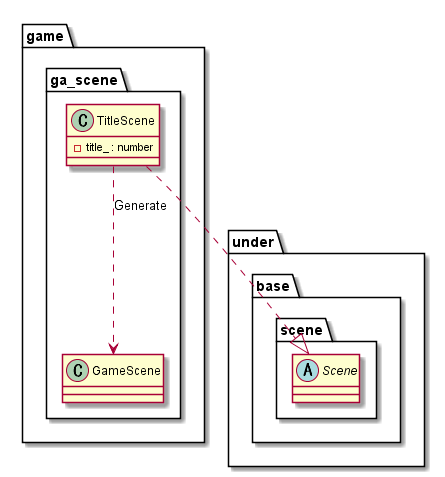
The PlantUML diagram out/uml/scene/Title/SceneTitle.png in Expine/Under, before a commit.
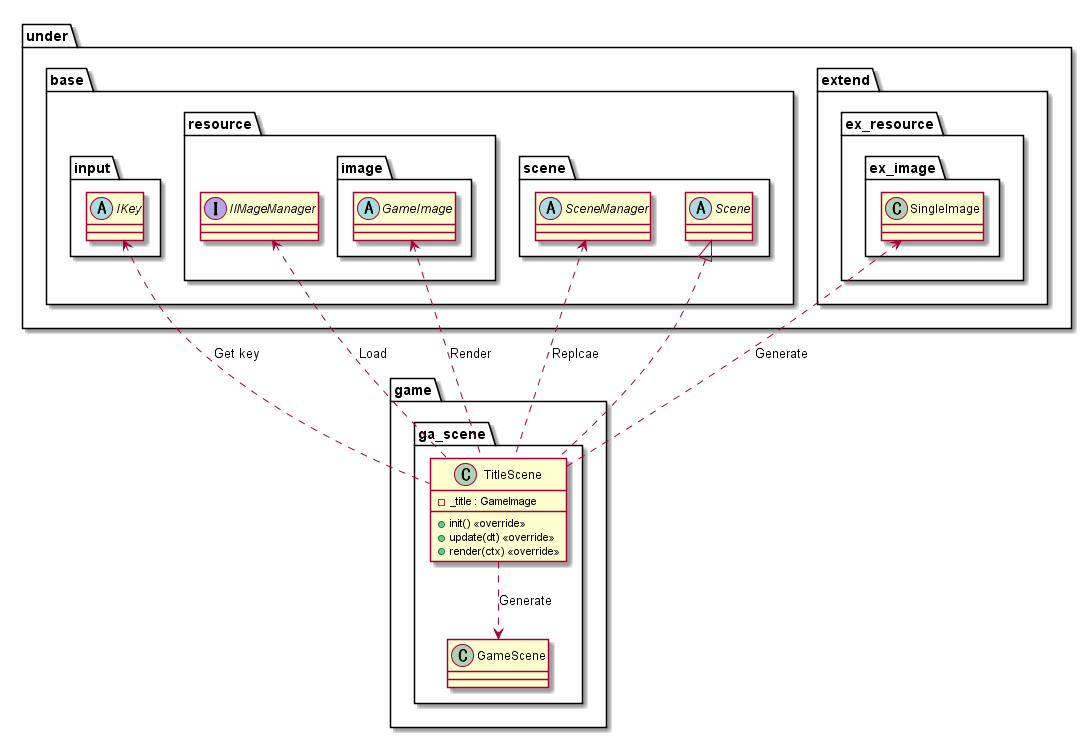
After the commit.

The edit, as a diff of the source:
```diff
@@ -3,15 +3,36 @@
 package game {
     package ga_scene {
         class TitleScene {
-            -title_ : number
+            -_title : GameImage
+            +init() <<override>>
+            +update(dt) <<override>>
+            +render(ctx) <<override>>
         }
     }
 }
 
 package under {
     package base {
+        package input {
+            abstract IKey
+        }
+        package resource {
+            interface IIMageManager
+            package image {
+                abstract GameImage
+            }
+        }
         package scene {
+            abstract SceneManager
             abstract Scene
+        }
+    }
+
+    package extend {
+        package ex_resource {
+            package ex_image {
+                class SingleImage
+            }
         }
     }
 }
@@ -22,8 +43,13 @@
     }
 }
 
+SingleImage <..TitleScene : Generate
+IIMageManager <.. TitleScene : Load
+IKey <.. TitleScene : Get key
+SceneManager <.. TitleScene : Replcae
+GameImage <.. TitleScene : Render
 TitleScene ..> GameScene : Generate
 
-TitleScene ..|> Scene
+Scene <|.. TitleScene
 
 @enduml
```
